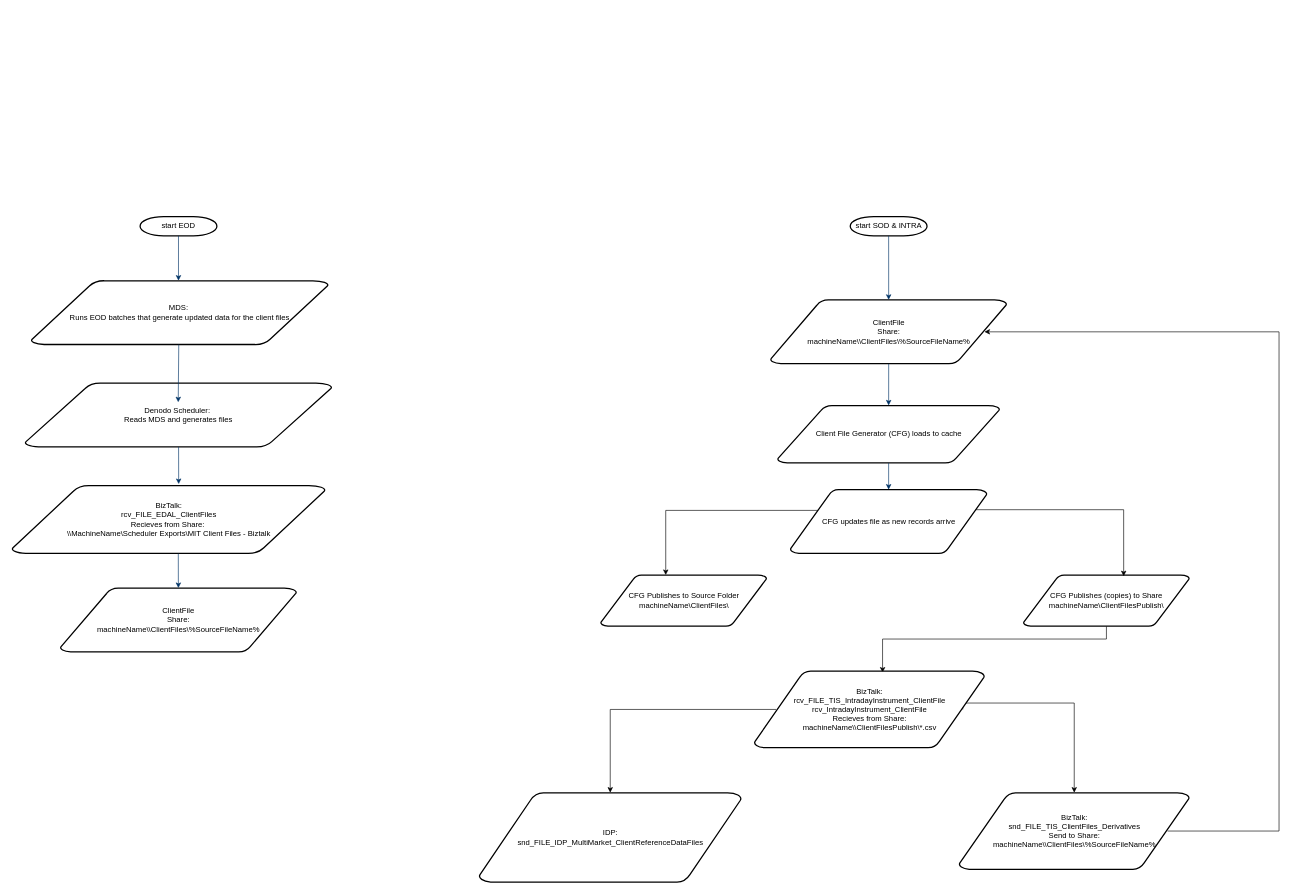
Earlier version of the draw.io diagram ClientFiles.drawio (ByMadiba/Sandbox). Source tidied: cells renumbered, new cells numbered last; positions are measured from the earlier drawing's top-left corner, leaving out a move shared by most shapes. Both pictures are drawn from the tidied source at 64%, with x=0, y=0 at pixel (12, 216).
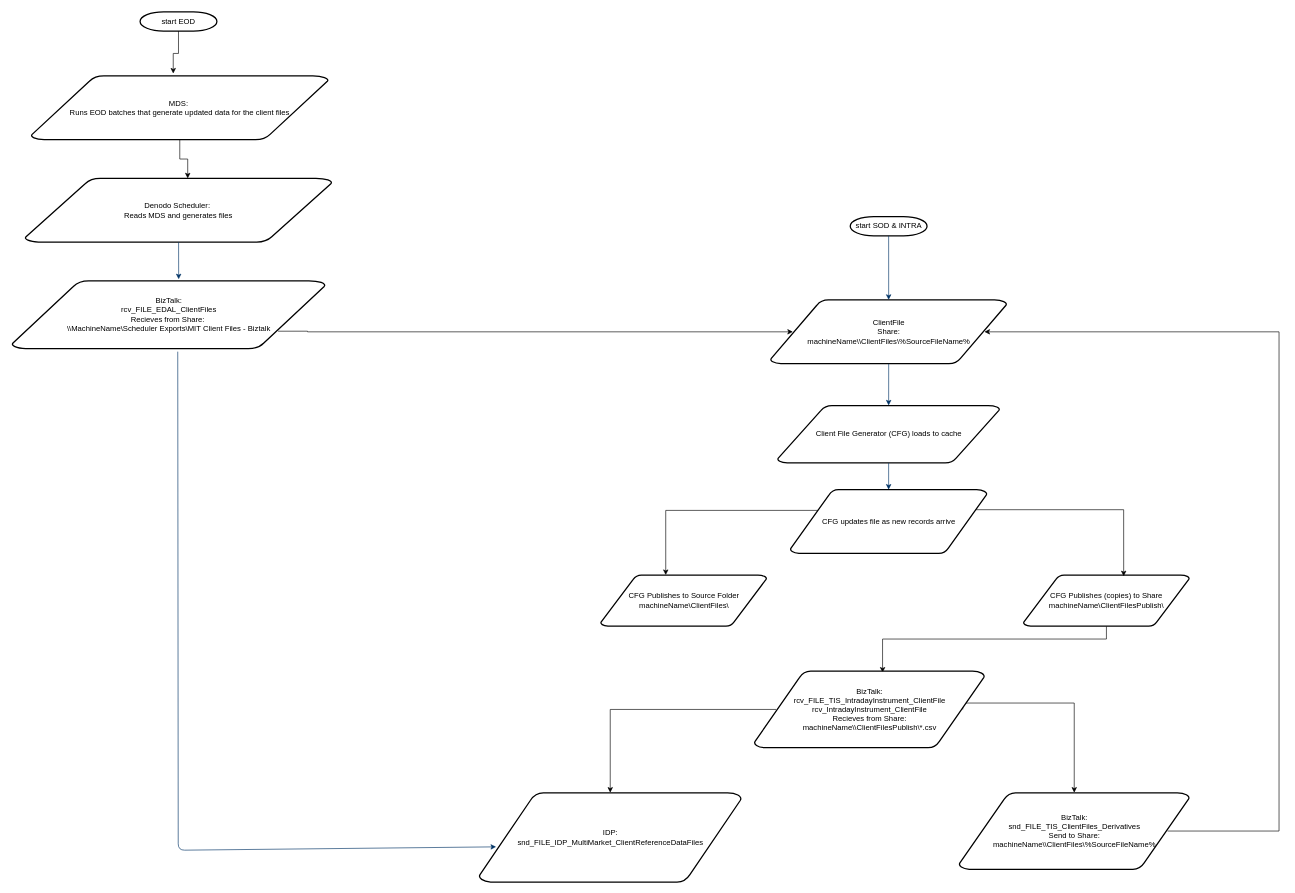
The same page after the edit.

The change refers to these unchanged cells:
```xml
<mxCell id="3" value="ClientFile&lt;br&gt;Share:&lt;br style=&quot;border-color: var(--border-color);&quot;&gt;machineName\\ClientFiles\%SourceFileName%" style="shape=mxgraph.flowchart.data;strokeWidth=2;gradientColor=none;gradientDirection=north;fontStyle=0;html=1;" parent="1" vertex="1">
  <mxGeometry x="1185.3" y="130" width="369.5" height="100" as="geometry" />
</mxCell>
<mxCell id="18" value="IDP:&lt;br&gt;snd_FILE_IDP_MultiMarket_ClientReferenceDataFiles" style="shape=mxgraph.flowchart.data;strokeWidth=2;gradientColor=none;gradientDirection=north;fontStyle=0;html=1;" parent="1" vertex="1">
  <mxGeometry x="730" y="900" width="410" height="140" as="geometry" />
</mxCell>
```

Diff of the diagram source:
```diff
@@
     <mxCell id="20" value="start EOD" style="shape=mxgraph.flowchart.terminator;strokeWidth=2;gradientColor=none;gradientDirection=north;fontStyle=0;html=1;" parent="1" vertex="1">
-      <mxGeometry x="200.4" width="120" height="30" as="geometry" />
+      <mxGeometry x="200.4" y="-320" width="120" height="30" as="geometry" />
     </mxCell>
     <mxCell id="21" value="MDS:&amp;nbsp;&lt;div&gt;Runs EOD batches that generate updated data for the client files&lt;/div&gt;" style="shape=mxgraph.flowchart.data;strokeWidth=2;gradientColor=none;gradientDirection=north;fontStyle=0;html=1;" parent="1" vertex="1">
-      <mxGeometry x="30" y="100" width="464.8" height="100" as="geometry" />
+      <mxGeometry x="30" y="-220" width="464.8" height="100" as="geometry" />
     </mxCell>
     <mxCell id="22" value="Denodo Scheduler:&amp;nbsp;&lt;br&gt;Reads MDS and generates files" style="shape=mxgraph.flowchart.data;strokeWidth=2;gradientColor=none;gradientDirection=north;fontStyle=0;html=1;" parent="1" vertex="1">
-      <mxGeometry x="20.4" y="260" width="480" height="100" as="geometry" />
+      <mxGeometry x="20.4" y="-60" width="480" height="100" as="geometry" />
     </mxCell>
-    <mxCell id="23" style="fontStyle=1;strokeColor=#003366;strokeWidth=1;html=1;" parent="1" edge="1" source="20">
-      <mxGeometry relative="1" as="geometry">
-        <mxPoint x="260.4" y="100" as="targetPoint" />
-      </mxGeometry>
-    </mxCell>
-    <mxCell id="24" style="fontStyle=1;strokeColor=#003366;strokeWidth=1;html=1;" parent="1" edge="1">
-      <mxGeometry relative="1" as="geometry">
-        <mxPoint x="260.8" y="200" as="sourcePoint" />
-        <mxPoint x="260" y="290" as="targetPoint" />
-      </mxGeometry>
-    </mxCell>
@@
     <mxCell id="26" value="BizTalk:&lt;br&gt;rcv_FILE_EDAL_ClientFiles&lt;br&gt;Recieves from Share:&amp;nbsp;&lt;br&gt;\\MachineName\Scheduler Exports\MIT Client Files - Biztalk" style="shape=mxgraph.flowchart.data;strokeWidth=2;gradientColor=none;gradientDirection=north;fontStyle=0;html=1;" parent="1" vertex="1">
-      <mxGeometry y="420" width="490" height="106.5" as="geometry" />
+      <mxGeometry y="100" width="490" height="106.5" as="geometry" />
     </mxCell>
-    <mxCell id="27" value="ClientFile&lt;br&gt;Share:&lt;br style=&quot;border-color: var(--border-color);&quot;&gt;machineName\\ClientFiles\%SourceFileName%" style="shape=mxgraph.flowchart.data;strokeWidth=2;gradientColor=none;gradientDirection=north;fontStyle=0;html=1;" parent="1" vertex="1">
-      <mxGeometry x="75.6" y="580.3" width="369.5" height="100" as="geometry" />
-    </mxCell>
+    <mxCell id="29" style="edgeStyle=orthogonalEdgeStyle;rounded=0;jettySize=auto;html=1;exitX=0.849;exitY=0.742;exitDx=0;exitDy=0;exitPerimeter=0;entryX=0.095;entryY=0.5;entryDx=0;entryDy=0;entryPerimeter=0;" parent="1" edge="1" source="26" target="3">
+      <mxGeometry relative="1" as="geometry">
+        <Array as="points">
+          <mxPoint x="462" y="179" />
+        </Array>
+      </mxGeometry>
+    </mxCell>
-    <mxCell id="28" style="fontStyle=1;strokeColor=#003366;strokeWidth=1;html=1;exitX=0.458;exitY=0.997;exitDx=0;exitDy=0;exitPerimeter=0;" parent="1" edge="1" target="27">
+    <mxCell id="28" style="fontStyle=1;strokeColor=#003366;strokeWidth=1;html=1;exitX=0.529;exitY=1.042;exitDx=0;exitDy=0;exitPerimeter=0;entryX=0.065;entryY=0.605;entryDx=0;entryDy=0;entryPerimeter=0;" parent="1" edge="1" source="26" target="18">
       <mxGeometry relative="1" as="geometry">
-        <mxPoint x="260.1" y="526.5" as="sourcePoint" />
+        <Array as="points">
+          <mxPoint x="260" y="990" />
+        </Array>
       </mxGeometry>
     </mxCell>
+    <mxCell id="30" style="edgeStyle=orthogonalEdgeStyle;rounded=0;jettySize=auto;html=1;entryX=0.478;entryY=-0.036;entryDx=0;entryDy=0;entryPerimeter=0;" parent="1" edge="1" source="20" target="21">
+      <mxGeometry relative="1" as="geometry" />
+    </mxCell>
+    <mxCell id="31" style="edgeStyle=orthogonalEdgeStyle;rounded=0;jettySize=auto;html=1;entryX=0.53;entryY=0.002;entryDx=0;entryDy=0;entryPerimeter=0;" parent="1" edge="1" source="21" target="22">
+      <mxGeometry relative="1" as="geometry" />
+    </mxCell>
```
